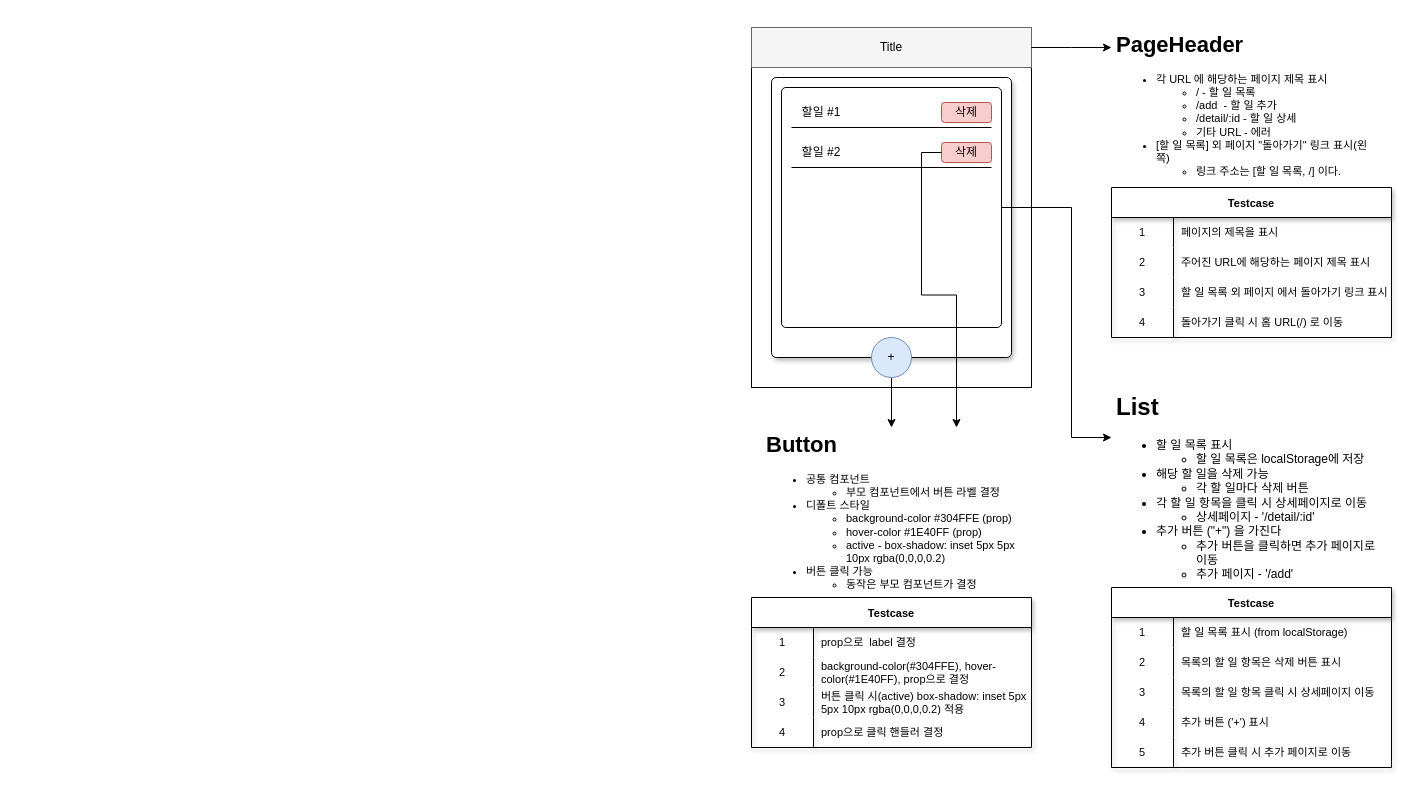
Before: page "Components" (2 of 2) of docs/spec.drawio in jgseong/learn-react, a draw.io diagram. Source tidied: cells renumbered, new cells numbered last; positions are measured from the earlier drawing's top-left corner, leaving out a move shared by most shapes. Both pictures are drawn from the tidied source at 100%, with x=0, y=0 at pixel (751, 27).
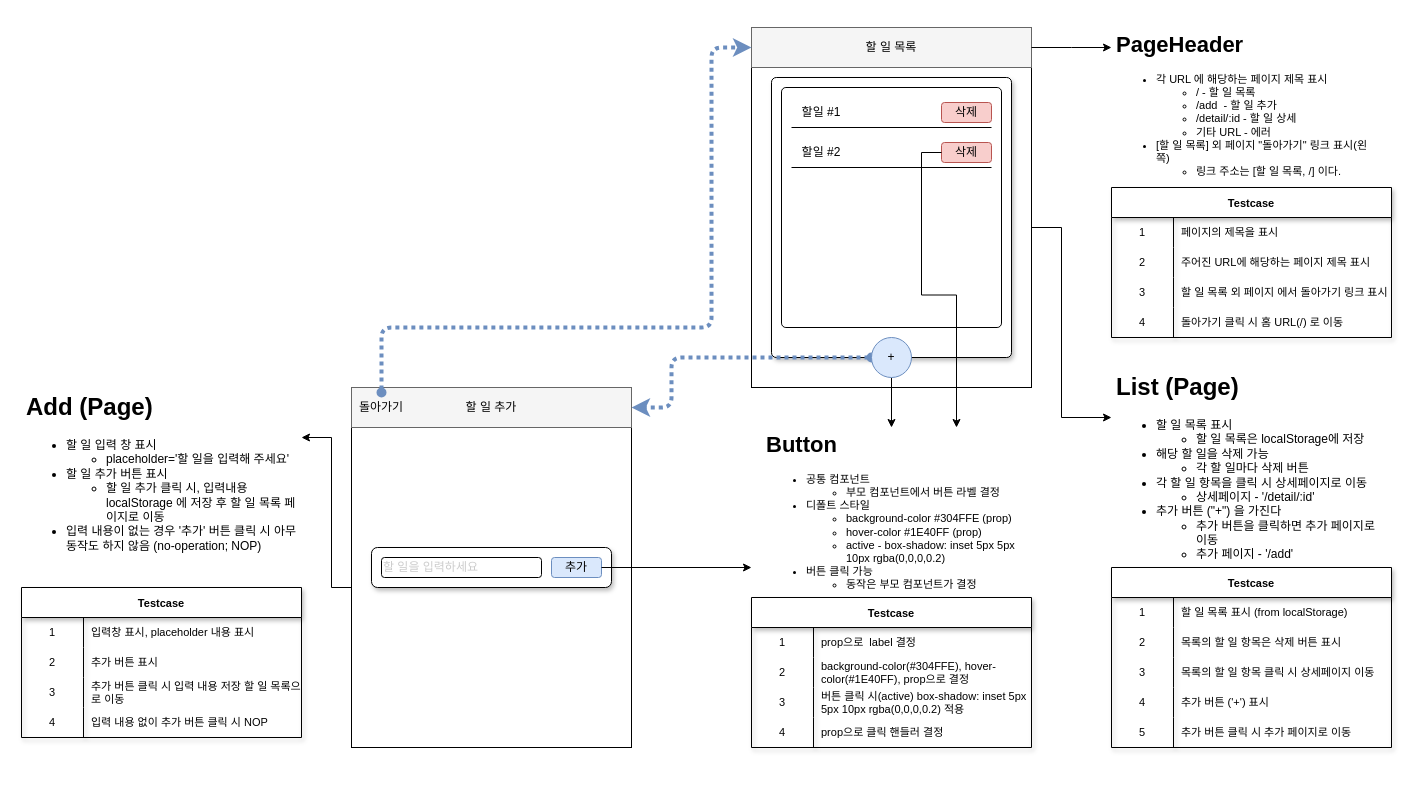
The same diagram, later.

Commit message:
Append the 'Add (Page)' in spec.drawio

Unchanged cells that the change refers to:
```xml
<mxCell id="2" style="group;" parent="1" vertex="1">
  <mxGeometry width="280" height="360" as="geometry" />
</mxCell>
<mxCell id="3" style="rounded=0;whiteSpace=wrap;html=1;" parent="2" vertex="1">
  <mxGeometry y="40" width="280" height="320" as="geometry" />
</mxCell>
<mxCell id="4" style="rounded=0;whiteSpace=wrap;html=1;fillColor=#f5f5f5;strokeColor=#666666;fontColor=#333333;" parent="2" vertex="1">
  <mxGeometry width="280" height="40" as="geometry" />
</mxCell>
<mxCell id="22" style="rounded=1;whiteSpace=wrap;html=1;arcSize=2;" parent="1" vertex="1">
  <mxGeometry x="30" y="60" width="220" height="240" as="geometry" />
</mxCell>
<mxCell id="32" value="+" style="ellipse;whiteSpace=wrap;html=1;fillColor=#dae8fc;strokeColor=#6c8ebf;" parent="1" vertex="1">
  <mxGeometry x="120" y="310" width="40" height="40" as="geometry" />
</mxCell>
```

What changed in the source:
```diff
@@
-    <mxCell id="5" value="Title" style="text;html=1;strokeColor=none;fillColor=none;align=center;verticalAlign=middle;whiteSpace=wrap;rounded=0;" parent="2" vertex="1">
+    <mxCell id="5" value="할 일 목록" style="text;html=1;strokeColor=none;fillColor=none;align=center;verticalAlign=middle;whiteSpace=wrap;rounded=0;" parent="2" vertex="1">
       <mxGeometry x="110" y="5" width="60" height="30" as="geometry" />
     </mxCell>
@@
+    <mxCell id="66" style="edgeStyle=none;rounded=0;jettySize=auto;html=1;entryX=0;entryY=0.25;entryDx=0;entryDy=0;startArrow=none;startFill=0;strokeWidth=1;exitX=1;exitY=0.5;exitDx=0;exitDy=0;" parent="1" edge="1" source="3" target="49">
+      <mxGeometry relative="1" as="geometry">
+        <Array as="points">
+          <mxPoint x="310" y="200" />
+          <mxPoint x="310" y="390" />
+        </Array>
+      </mxGeometry>
+    </mxCell>
@@
+    <mxCell id="67" style="edgeStyle=none;jettySize=auto;html=1;entryX=1;entryY=0.5;entryDx=0;entryDy=0;strokeWidth=4;rounded=1;fillColor=#dae8fc;strokeColor=#6c8ebf;dashed=1;dashPattern=1 1;startArrow=oval;startFill=1;" parent="1" edge="1" source="32" target="70">
+      <mxGeometry relative="1" as="geometry">
+        <Array as="points">
+          <mxPoint x="-80" y="330" />
+          <mxPoint x="-80" y="380" />
+        </Array>
+      </mxGeometry>
+    </mxCell>
@@
-    <mxCell id="48" style="edgeStyle=none;rounded=0;jettySize=auto;html=1;exitX=1;exitY=0.5;exitDx=0;exitDy=0;entryX=0;entryY=0.25;entryDx=0;entryDy=0;" parent="1" edge="1" source="22" target="49">
-      <mxGeometry relative="1" as="geometry">
-        <Array as="points">
-          <mxPoint x="320" y="180" />
-          <mxPoint x="320" y="410" />
-        </Array>
-      </mxGeometry>
-    </mxCell>
-    <mxCell id="49" value="&lt;h1&gt;List&lt;/h1&gt;&lt;p&gt;&lt;/p&gt;&lt;p&gt;&lt;/p&gt;&lt;ul&gt;&lt;li&gt;할 일 목록 표시&lt;/li&gt;&lt;ul&gt;&lt;li&gt;할 일 목록은 localStorage에 저장&lt;/li&gt;&lt;/ul&gt;&lt;li&gt;해당 할 일을 삭제 가능&lt;/li&gt;&lt;ul&gt;&lt;li&gt;각 할 일마다 삭제 버튼&lt;/li&gt;&lt;/ul&gt;&lt;li&gt;각 할 일 항목을 클릭 시 상세페이지로 이동&lt;/li&gt;&lt;ul&gt;&lt;li&gt;상세페이지 - '/detail/:id'&lt;/li&gt;&lt;/ul&gt;&lt;li&gt;추가 버튼 (&quot;+&quot;) 을 가진다&lt;/li&gt;&lt;ul&gt;&lt;li&gt;추가 버튼을 클릭하면 추가 페이지로 이동&lt;/li&gt;&lt;li&gt;추가 페이지 - '/add'&lt;/li&gt;&lt;/ul&gt;&lt;/ul&gt;&lt;p&gt;&lt;/p&gt;&lt;p&gt;&lt;/p&gt;" style="text;html=1;strokeColor=none;fillColor=none;spacing=5;spacingTop=-20;whiteSpace=wrap;overflow=hidden;rounded=0;direction=east;" parent="1" vertex="1">
-      <mxGeometry x="360" y="360" width="280" height="200" as="geometry" />
+    <mxCell id="49" value="&lt;h1&gt;List (Page)&lt;/h1&gt;&lt;p&gt;&lt;/p&gt;&lt;p&gt;&lt;/p&gt;&lt;ul&gt;&lt;li&gt;할 일 목록 표시&lt;/li&gt;&lt;ul&gt;&lt;li&gt;할 일 목록은 localStorage에 저장&lt;/li&gt;&lt;/ul&gt;&lt;li&gt;해당 할 일을 삭제 가능&lt;/li&gt;&lt;ul&gt;&lt;li&gt;각 할 일마다 삭제 버튼&lt;/li&gt;&lt;/ul&gt;&lt;li&gt;각 할 일 항목을 클릭 시 상세페이지로 이동&lt;/li&gt;&lt;ul&gt;&lt;li&gt;상세페이지 - '/detail/:id'&lt;/li&gt;&lt;/ul&gt;&lt;li&gt;추가 버튼 (&quot;+&quot;) 을 가진다&lt;/li&gt;&lt;ul&gt;&lt;li&gt;추가 버튼을 클릭하면 추가 페이지로 이동&lt;/li&gt;&lt;li&gt;추가 페이지 - '/add'&lt;/li&gt;&lt;/ul&gt;&lt;/ul&gt;&lt;p&gt;&lt;/p&gt;&lt;p&gt;&lt;/p&gt;" style="text;html=1;strokeColor=none;fillColor=none;spacing=5;spacingTop=-20;whiteSpace=wrap;overflow=hidden;rounded=0;direction=east;" parent="1" vertex="1">
+      <mxGeometry x="360" y="340" width="280" height="200" as="geometry" />
     </mxCell>
     <mxCell id="50" value="Testcase" style="shape=table;startSize=30;childLayout=tableLayout;rowLines=0;fontStyle=1;rounded=0;shadow=1;glass=0;sketch=0;fontSize=11;fontColor=#000000;" parent="1" vertex="1">
-      <mxGeometry x="360" y="560" width="280" height="180" as="geometry" />
+      <mxGeometry x="360" y="540" width="280" height="180" as="geometry" />
     </mxCell>
@@
+    <mxCell id="68" style="group;" parent="1" vertex="1">
+      <mxGeometry x="-400" y="360" width="280" height="360" as="geometry" />
+    </mxCell>
+    <mxCell id="69" style="rounded=0;whiteSpace=wrap;html=1;" parent="68" vertex="1">
+      <mxGeometry y="40" width="280" height="320" as="geometry" />
+    </mxCell>
+    <mxCell id="70" style="rounded=0;whiteSpace=wrap;html=1;fillColor=#f5f5f5;strokeColor=#666666;fontColor=#333333;" parent="68" vertex="1">
+      <mxGeometry width="280" height="40" as="geometry" />
+    </mxCell>
+    <mxCell id="71" value="할 일 추가" style="text;html=1;strokeColor=none;fillColor=none;align=center;verticalAlign=middle;whiteSpace=wrap;rounded=0;" parent="68" vertex="1">
+      <mxGeometry x="110" y="5" width="60" height="30" as="geometry" />
+    </mxCell>
+    <mxCell id="72" style="rounded=1;whiteSpace=wrap;html=1;shadow=1;" parent="68" vertex="1">
+      <mxGeometry x="20" y="160" width="240" height="40" as="geometry" />
+    </mxCell>
+    <mxCell id="73" value="추가" style="rounded=1;whiteSpace=wrap;html=1;fillColor=#dae8fc;strokeColor=#6c8ebf;" parent="68" vertex="1">
+      <mxGeometry x="200" y="170" width="50" height="20" as="geometry" />
+    </mxCell>
+    <mxCell id="74" value="&lt;font color=&quot;#cccccc&quot;&gt;할 일을 입력하세요&lt;/font&gt;" style="rounded=1;whiteSpace=wrap;html=1;align=left;" parent="68" vertex="1">
+      <mxGeometry x="30" y="170" width="160" height="20" as="geometry" />
+    </mxCell>
+    <mxCell id="75" style="edgeStyle=orthogonalEdgeStyle;rounded=0;orthogonalLoop=1;jettySize=auto;html=1;exitX=0.5;exitY=1;exitDx=0;exitDy=0;" parent="68" edge="1" source="72" target="72">
+      <mxGeometry relative="1" as="geometry" />
+    </mxCell>
+    <mxCell id="76" value="돌아가기" style="text;html=1;strokeColor=none;fillColor=none;align=center;verticalAlign=middle;whiteSpace=wrap;rounded=0;" parent="68" vertex="1">
+      <mxGeometry y="5" width="60" height="30" as="geometry" />
+    </mxCell>
+    <mxCell id="77" style="edgeStyle=none;rounded=0;orthogonalLoop=1;jettySize=auto;html=1;entryX=0;entryY=0.5;entryDx=0;entryDy=0;startArrow=none;startFill=0;strokeWidth=1;" parent="68" edge="1" source="72" target="72">
+      <mxGeometry relative="1" as="geometry" />
+    </mxCell>
+    <mxCell id="78" style="edgeStyle=none;rounded=0;jettySize=auto;html=1;startArrow=none;startFill=0;strokeWidth=1;" parent="1" edge="1" source="73">
+      <mxGeometry relative="1" as="geometry">
+        <mxPoint y="540" as="targetPoint" />
+      </mxGeometry>
+    </mxCell>
+    <mxCell id="79" value="&lt;h1&gt;Add (Page)&lt;/h1&gt;&lt;p&gt;&lt;/p&gt;&lt;p&gt;&lt;/p&gt;&lt;ul&gt;&lt;li&gt;할 일 입력 창 표시&lt;/li&gt;&lt;ul&gt;&lt;li&gt;placeholder='할 일을 입력해 주세요'&lt;/li&gt;&lt;/ul&gt;&lt;li&gt;할 일 추가 버튼 표시&lt;/li&gt;&lt;ul&gt;&lt;li&gt;할 일 추가 클릭 시, 입력내용 localStorage 에 저장 후 할 일 목록 페이지로 이동&lt;/li&gt;&lt;/ul&gt;&lt;li&gt;입력 내용이 없는 경우 '추가' 버튼 클릭 시 아무 동작도 하지 않음 (no-operation; NOP)&lt;/li&gt;&lt;/ul&gt;&lt;p&gt;&lt;/p&gt;&lt;p&gt;&lt;/p&gt;" style="text;html=1;strokeColor=none;fillColor=none;spacing=5;spacingTop=-20;whiteSpace=wrap;overflow=hidden;rounded=0;direction=east;" parent="1" vertex="1">
+      <mxGeometry x="-730" y="360" width="280" height="200" as="geometry" />
+    </mxCell>
+    <mxCell id="80" value="Testcase" style="shape=table;startSize=30;childLayout=tableLayout;rowLines=0;fontStyle=1;rounded=0;shadow=1;glass=0;sketch=0;fontSize=11;fontColor=#000000;" parent="1" vertex="1">
+      <mxGeometry x="-730" y="560" width="280" height="150" as="geometry" />
+    </mxCell>
+    <mxCell id="81" style="shape=tableRow;horizontal=0;startSize=0;swimlaneHead=0;swimlaneBody=0;top=0;left=0;bottom=0;right=0;fillColor=none;rounded=0;shadow=1;glass=0;sketch=0;fontSize=11;fontColor=#000000;" parent="80" vertex="1">
+      <mxGeometry y="30" width="280" height="30" as="geometry" />
+    </mxCell>
+    <mxCell id="82" value="1" style="shape=partialRectangle;html=1;whiteSpace=wrap;fillColor=none;top=0;left=0;bottom=0;right=0;overflow=hidden;rounded=0;shadow=1;glass=0;sketch=0;fontSize=11;fontColor=#000000;" parent="81" vertex="1">
+      <mxGeometry width="62" height="30" as="geometry" />
+    </mxCell>
+    <mxCell id="83" value="입력창 표시, placeholder 내용 표시" style="shape=partialRectangle;html=1;whiteSpace=wrap;fillColor=none;top=0;left=0;bottom=0;right=0;align=left;spacingLeft=6;overflow=hidden;rounded=0;shadow=1;glass=0;sketch=0;fontSize=11;fontColor=#000000;" parent="81" vertex="1">
+      <mxGeometry x="62" width="218" height="30" as="geometry" />
+    </mxCell>
+    <mxCell id="84" style="shape=tableRow;horizontal=0;startSize=0;swimlaneHead=0;swimlaneBody=0;top=0;left=0;bottom=0;right=0;fillColor=none;rounded=0;shadow=1;glass=0;sketch=0;fontSize=11;fontColor=#000000;" parent="80" vertex="1">
+      <mxGeometry y="60" width="280" height="30" as="geometry" />
+    </mxCell>
+    <mxCell id="85" value="2" style="shape=partialRectangle;html=1;whiteSpace=wrap;fillColor=none;top=0;left=0;bottom=0;right=0;overflow=hidden;rounded=0;shadow=1;glass=0;sketch=0;fontSize=11;fontColor=#000000;" parent="84" vertex="1">
+      <mxGeometry width="62" height="30" as="geometry" />
+    </mxCell>
+    <mxCell id="86" value="추가 버튼 표시" style="shape=partialRectangle;html=1;whiteSpace=wrap;fillColor=none;top=0;left=0;bottom=0;right=0;align=left;spacingLeft=6;overflow=hidden;rounded=0;shadow=1;glass=0;sketch=0;fontSize=11;fontColor=#000000;" parent="84" vertex="1">
+      <mxGeometry x="62" width="218" height="30" as="geometry" />
+    </mxCell>
+    <mxCell id="87" style="shape=tableRow;horizontal=0;startSize=0;swimlaneHead=0;swimlaneBody=0;top=0;left=0;bottom=0;right=0;fillColor=none;rounded=0;shadow=1;glass=0;sketch=0;fontSize=11;fontColor=#000000;" parent="80" vertex="1">
+      <mxGeometry y="90" width="280" height="30" as="geometry" />
+    </mxCell>
+    <mxCell id="88" value="3" style="shape=partialRectangle;html=1;whiteSpace=wrap;fillColor=none;top=0;left=0;bottom=0;right=0;overflow=hidden;rounded=0;shadow=1;glass=0;sketch=0;fontSize=11;fontColor=#000000;" parent="87" vertex="1">
+      <mxGeometry width="62" height="30" as="geometry" />
+    </mxCell>
+    <mxCell id="89" value="추가 버튼 클릭 시 입력 내용 저장 할 일 목록으로 이동" style="shape=partialRectangle;html=1;whiteSpace=wrap;fillColor=none;top=0;left=0;bottom=0;right=0;align=left;spacingLeft=6;overflow=hidden;rounded=0;shadow=1;glass=0;sketch=0;fontSize=11;fontColor=#000000;" parent="87" vertex="1">
+      <mxGeometry x="62" width="218" height="30" as="geometry" />
+    </mxCell>
+    <mxCell id="90" style="shape=tableRow;horizontal=0;startSize=0;swimlaneHead=0;swimlaneBody=0;top=0;left=0;bottom=0;right=0;fillColor=none;rounded=0;shadow=1;glass=0;sketch=0;fontSize=11;fontColor=#000000;" parent="80" vertex="1">
+      <mxGeometry y="120" width="280" height="30" as="geometry" />
+    </mxCell>
+    <mxCell id="91" value="4" style="shape=partialRectangle;html=1;whiteSpace=wrap;fillColor=none;top=0;left=0;bottom=0;right=0;overflow=hidden;rounded=0;shadow=1;glass=0;sketch=0;fontSize=11;fontColor=#000000;" parent="90" vertex="1">
+      <mxGeometry width="62" height="30" as="geometry" />
+    </mxCell>
+    <mxCell id="92" value="입력 내용 없이 추가 버튼 클릭 시 NOP" style="shape=partialRectangle;html=1;whiteSpace=wrap;fillColor=none;top=0;left=0;bottom=0;right=0;align=left;spacingLeft=6;overflow=hidden;rounded=0;shadow=1;glass=0;sketch=0;fontSize=11;fontColor=#000000;" parent="90" vertex="1">
+      <mxGeometry x="62" width="218" height="30" as="geometry" />
+    </mxCell>
+    <mxCell id="93" style="edgeStyle=none;rounded=1;jettySize=auto;html=1;entryX=0;entryY=0.5;entryDx=0;entryDy=0;startArrow=oval;startFill=1;strokeWidth=4;strokeColor=#6c8ebf;fillColor=#dae8fc;dashed=1;dashPattern=1 1;" parent="1" edge="1" source="76" target="4">
+      <mxGeometry relative="1" as="geometry">
+        <Array as="points">
+          <mxPoint x="-370" y="300" />
+          <mxPoint x="-40" y="300" />
+          <mxPoint x="-40" y="20" />
+        </Array>
+      </mxGeometry>
+    </mxCell>
+    <mxCell id="94" style="edgeStyle=none;rounded=0;jettySize=auto;html=1;entryX=1;entryY=0.25;entryDx=0;entryDy=0;startArrow=none;startFill=0;strokeWidth=1;exitX=0;exitY=0.5;exitDx=0;exitDy=0;" parent="1" edge="1" source="69" target="79">
+      <mxGeometry relative="1" as="geometry">
+        <Array as="points">
+          <mxPoint x="-420" y="560" />
+          <mxPoint x="-420" y="410" />
+        </Array>
+      </mxGeometry>
+    </mxCell>
```
